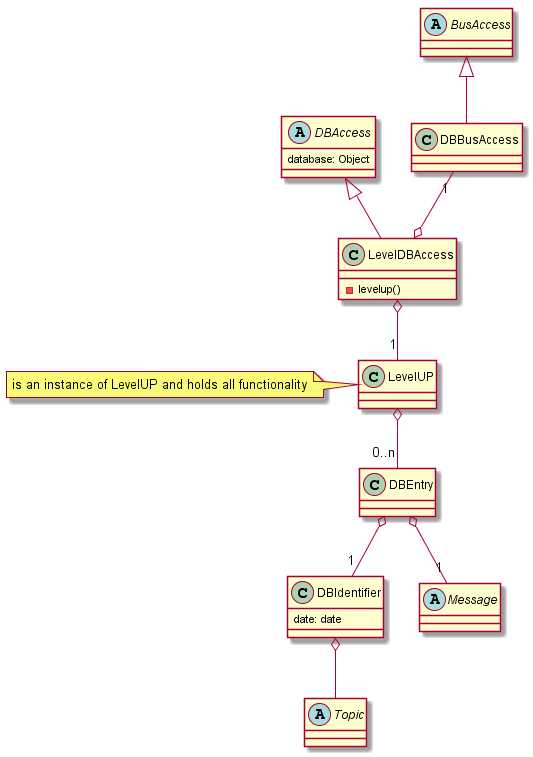
Earlier version of the PlantUML export Entwurf/diagrams/DBAccess.png (uzdry/PSE). Its diagram source:
```plantuml
@startuml

abstract class DBAccess {
database: Object
}

class LevelDBAccess extends DBAccess {
-levelup()
}

LevelDBAccess o--"1" LevelUP

class LevelUP {
}
note left: is an instance of LevelUP and holds all functionality


class DBEntry {
}

class DBIdentifier {
date: date
}

abstract class Message {
}

abstract class Topic {
}

abstract class BusAccess {
}

class DBBusAccess extends BusAccess {
}

LevelUP o--"0..n" DBEntry
DBBusAccess "1"--o LevelDBAccess
DBIdentifier o-- Topic
DBEntry o--"1" DBIdentifier
DBEntry o--"1" Message

@enduml
```
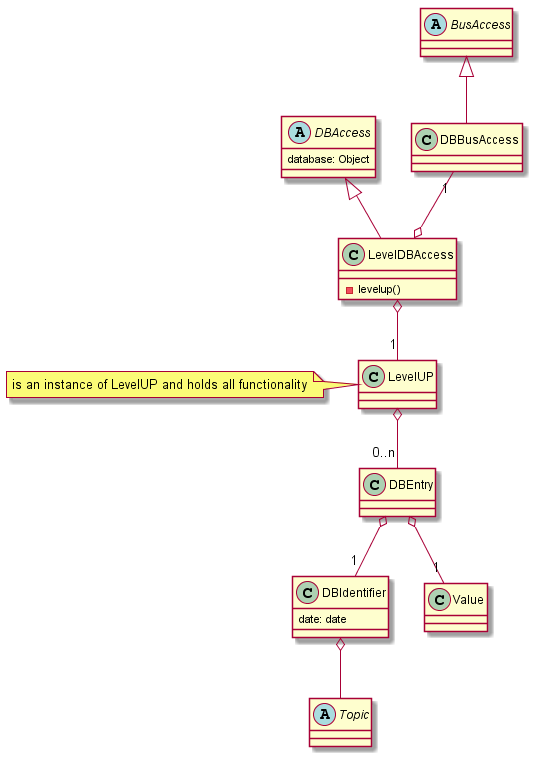
After the commit.

The edit, as a diff of the source:
```diff
@@ -22,7 +22,7 @@
 date: date
 }
 
-abstract class Message {
+class Value {
 }
 
 abstract class Topic {
@@ -32,12 +32,13 @@
 }
 
 class DBBusAccess extends BusAccess {
+
 }
 
 LevelUP o--"0..n" DBEntry
 DBBusAccess "1"--o LevelDBAccess
 DBIdentifier o-- Topic
 DBEntry o--"1" DBIdentifier
-DBEntry o--"1" Message
+DBEntry o--"1" Value
 
 @enduml
```
